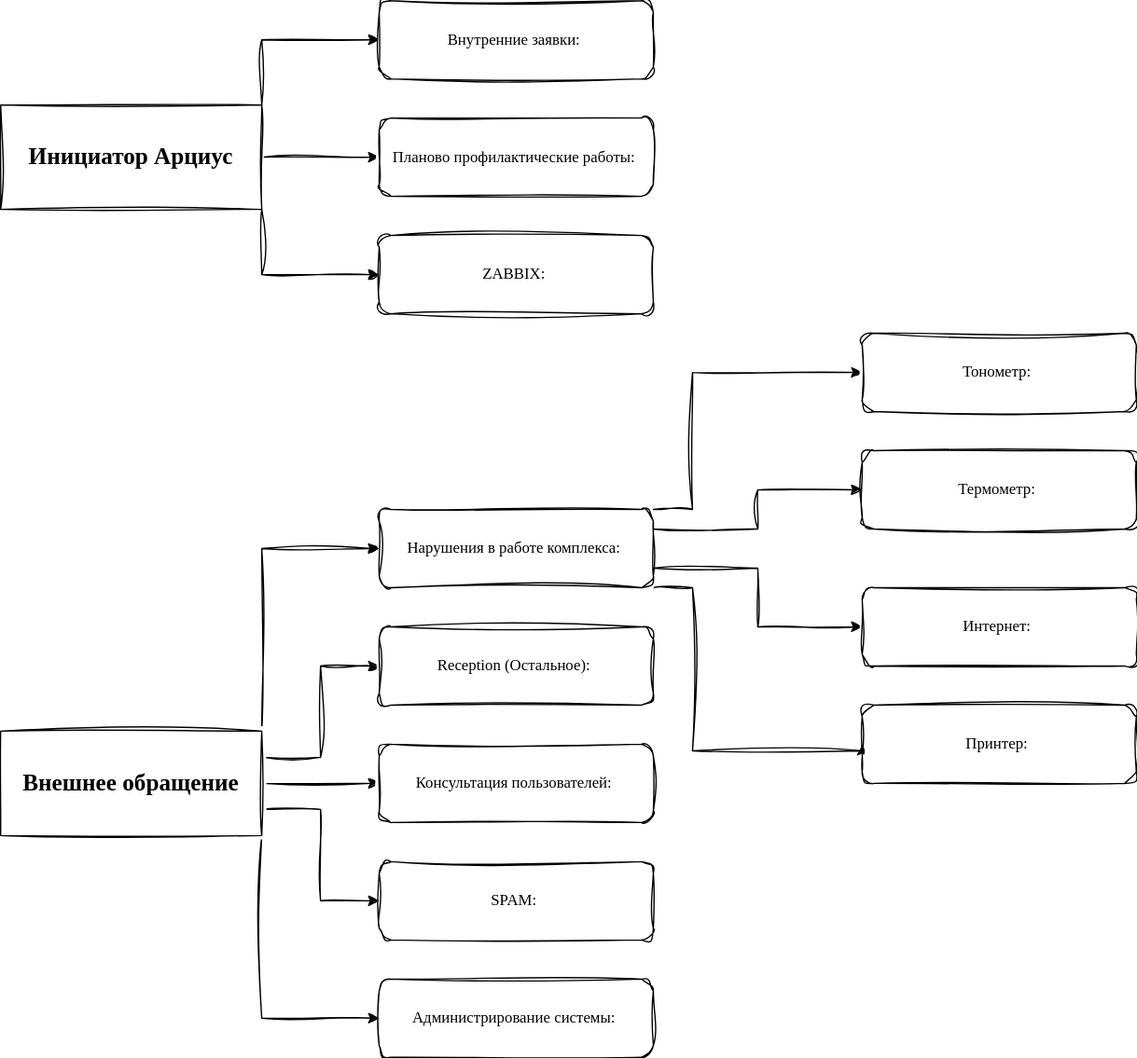
KhatsaevK/drawio keeps this draw.io diagram as test.drawio.svg. Above is the earlier version. Source tidied: cells renumbered, new cells last; positions are measured from the earlier drawing's top-left corner, leaving out a move shared by most shapes.
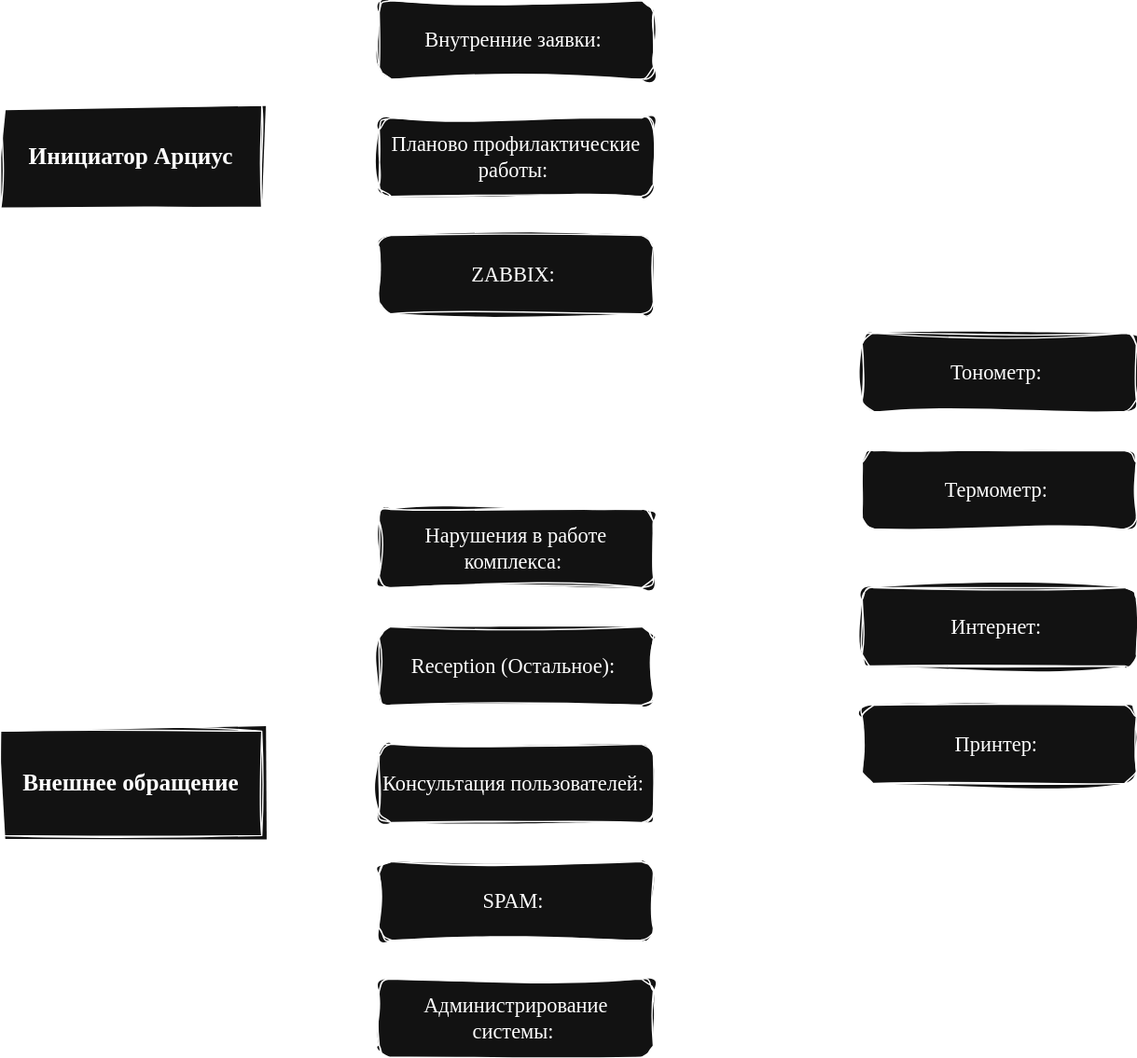
The same file after the commit.

Diff of the diagram source:
```diff
@@ -32,13 +32,13 @@
     <mxCell id="11" value="&lt;h2&gt;&lt;font face=&quot;Times New Roman&quot;&gt;Внешнее обращение&lt;/font&gt;&lt;/h2&gt;" style="rounded=0;whiteSpace=wrap;html=1;sketch=1;hachureGap=4;jiggle=2;curveFitting=1;fontFamily=Architects Daughter;fontSource=https%3A%2F%2Ffonts.googleapis.com%2Fcss%3Ffamily%3DArchitects%2BDaughter;" parent="1" vertex="1">
       <mxGeometry y="560" width="200" height="80" as="geometry" />
     </mxCell>
-    <mxCell id="12" value="Внутренние заявки:&amp;nbsp;" style="rounded=1;whiteSpace=wrap;html=1;sketch=1;hachureGap=4;jiggle=2;curveFitting=1;fontFamily=Times New Roman;" parent="1" vertex="1">
+    <mxCell id="12" value="&lt;font style=&quot;font-size: 16px;&quot;&gt;Внутренние заявки:&amp;nbsp;&lt;/font&gt;" style="rounded=1;whiteSpace=wrap;html=1;sketch=1;hachureGap=4;jiggle=2;curveFitting=1;fontFamily=Times New Roman;" parent="1" vertex="1">
       <mxGeometry x="290" width="210" height="60" as="geometry" />
     </mxCell>
-    <mxCell id="13" value="Планово профилактические работы:&amp;nbsp;" style="rounded=1;whiteSpace=wrap;html=1;sketch=1;hachureGap=4;jiggle=2;curveFitting=1;fontFamily=Times New Roman;" parent="1" vertex="1">
+    <mxCell id="13" value="&lt;font style=&quot;font-size: 16px;&quot;&gt;Планово профилактические работы:&amp;nbsp;&lt;/font&gt;" style="rounded=1;whiteSpace=wrap;html=1;sketch=1;hachureGap=4;jiggle=2;curveFitting=1;fontFamily=Times New Roman;" parent="1" vertex="1">
       <mxGeometry x="290" y="90" width="210" height="60" as="geometry" />
     </mxCell>
-    <mxCell id="14" value="ZABBIX:&amp;nbsp;" style="rounded=1;whiteSpace=wrap;html=1;sketch=1;hachureGap=4;jiggle=2;curveFitting=1;fontFamily=Times New Roman;" parent="1" vertex="1">
+    <mxCell id="14" value="&lt;font style=&quot;font-size: 16px;&quot;&gt;ZABBIX:&amp;nbsp;&lt;/font&gt;" style="rounded=1;whiteSpace=wrap;html=1;sketch=1;hachureGap=4;jiggle=2;curveFitting=1;fontFamily=Times New Roman;" parent="1" vertex="1">
       <mxGeometry x="290" y="180" width="210" height="60" as="geometry" />
     </mxCell>
     <mxCell id="15" style="edgeStyle=orthogonalEdgeStyle;rounded=0;sketch=1;hachureGap=4;jiggle=2;curveFitting=1;jettySize=auto;html=1;exitX=1;exitY=0;exitDx=0;exitDy=0;entryX=0;entryY=0.5;entryDx=0;entryDy=0;fontFamily=Architects Daughter;fontSource=https%3A%2F%2Ffonts.googleapis.com%2Fcss%3Ffamily%3DArchitects%2BDaughter;" parent="1" edge="1" source="19" target="24">
@@ -64,31 +64,31 @@
     <mxCell id="18" style="edgeStyle=orthogonalEdgeStyle;rounded=0;sketch=1;hachureGap=4;jiggle=2;curveFitting=1;jettySize=auto;html=1;exitX=1;exitY=0.75;exitDx=0;exitDy=0;entryX=0;entryY=0.5;entryDx=0;entryDy=0;fontFamily=Architects Daughter;fontSource=https%3A%2F%2Ffonts.googleapis.com%2Fcss%3Ffamily%3DArchitects%2BDaughter;" parent="1" edge="1" source="19" target="26">
       <mxGeometry relative="1" as="geometry" />
     </mxCell>
-    <mxCell id="19" value="Нарушения в работе комплекса:&amp;nbsp;" style="rounded=1;whiteSpace=wrap;html=1;sketch=1;hachureGap=4;jiggle=2;curveFitting=1;fontFamily=Times New Roman;" parent="1" vertex="1">
+    <mxCell id="19" value="&lt;font style=&quot;font-size: 16px;&quot;&gt;Нарушения в работе комплекса:&amp;nbsp;&lt;/font&gt;" style="rounded=1;whiteSpace=wrap;html=1;sketch=1;hachureGap=4;jiggle=2;curveFitting=1;fontFamily=Times New Roman;" parent="1" vertex="1">
       <mxGeometry x="290" y="390" width="210" height="60" as="geometry" />
     </mxCell>
-    <mxCell id="20" value="Reception (Остальное):&amp;nbsp;" style="rounded=1;whiteSpace=wrap;html=1;sketch=1;hachureGap=4;jiggle=2;curveFitting=1;fontFamily=Times New Roman;" parent="1" vertex="1">
+    <mxCell id="20" value="&lt;font style=&quot;font-size: 16px;&quot;&gt;Reception (Остальное):&amp;nbsp;&lt;/font&gt;" style="rounded=1;whiteSpace=wrap;html=1;sketch=1;hachureGap=4;jiggle=2;curveFitting=1;fontFamily=Times New Roman;" parent="1" vertex="1">
       <mxGeometry x="290" y="480" width="210" height="60" as="geometry" />
     </mxCell>
-    <mxCell id="21" value="Консультация пользователей:&amp;nbsp;" style="rounded=1;whiteSpace=wrap;html=1;sketch=1;hachureGap=4;jiggle=2;curveFitting=1;fontFamily=Times New Roman;" parent="1" vertex="1">
+    <mxCell id="21" value="&lt;font style=&quot;font-size: 16px;&quot;&gt;Консультация пользователей:&amp;nbsp;&lt;/font&gt;" style="rounded=1;whiteSpace=wrap;html=1;sketch=1;hachureGap=4;jiggle=2;curveFitting=1;fontFamily=Times New Roman;" parent="1" vertex="1">
       <mxGeometry x="290" y="570" width="210" height="60" as="geometry" />
     </mxCell>
-    <mxCell id="22" value="SPAM:&amp;nbsp;" style="rounded=1;whiteSpace=wrap;html=1;sketch=1;hachureGap=4;jiggle=2;curveFitting=1;fontFamily=Times New Roman;" parent="1" vertex="1">
+    <mxCell id="22" value="&lt;font style=&quot;font-size: 16px;&quot;&gt;SPAM:&amp;nbsp;&lt;/font&gt;" style="rounded=1;whiteSpace=wrap;html=1;sketch=1;hachureGap=4;jiggle=2;curveFitting=1;fontFamily=Times New Roman;" parent="1" vertex="1">
       <mxGeometry x="290" y="660" width="210" height="60" as="geometry" />
     </mxCell>
-    <mxCell id="23" value="Администрирование системы:&amp;nbsp;" style="rounded=1;whiteSpace=wrap;html=1;sketch=1;hachureGap=4;jiggle=2;curveFitting=1;fontFamily=Times New Roman;" parent="1" vertex="1">
+    <mxCell id="23" value="&lt;font style=&quot;font-size: 16px;&quot;&gt;Администрирование системы:&amp;nbsp;&lt;/font&gt;" style="rounded=1;whiteSpace=wrap;html=1;sketch=1;hachureGap=4;jiggle=2;curveFitting=1;fontFamily=Times New Roman;" parent="1" vertex="1">
       <mxGeometry x="290" y="750" width="210" height="60" as="geometry" />
     </mxCell>
-    <mxCell id="24" value="Тонометр:&amp;nbsp;" style="rounded=1;whiteSpace=wrap;html=1;sketch=1;hachureGap=4;jiggle=2;curveFitting=1;fontFamily=Times New Roman;" parent="1" vertex="1">
+    <mxCell id="24" value="&lt;font style=&quot;font-size: 16px;&quot;&gt;Тонометр:&amp;nbsp;&lt;/font&gt;" style="rounded=1;whiteSpace=wrap;html=1;sketch=1;hachureGap=4;jiggle=2;curveFitting=1;fontFamily=Times New Roman;" parent="1" vertex="1">
       <mxGeometry x="660" y="255" width="210" height="60" as="geometry" />
     </mxCell>
-    <mxCell id="25" value="Термометр:&amp;nbsp;" style="rounded=1;whiteSpace=wrap;html=1;sketch=1;hachureGap=4;jiggle=2;curveFitting=1;fontFamily=Times New Roman;" parent="1" vertex="1">
+    <mxCell id="25" value="&lt;font style=&quot;font-size: 16px;&quot;&gt;Термометр:&amp;nbsp;&lt;/font&gt;" style="rounded=1;whiteSpace=wrap;html=1;sketch=1;hachureGap=4;jiggle=2;curveFitting=1;fontFamily=Times New Roman;" parent="1" vertex="1">
       <mxGeometry x="660" y="345" width="210" height="60" as="geometry" />
     </mxCell>
-    <mxCell id="26" value="Интернет:&amp;nbsp;" style="rounded=1;whiteSpace=wrap;html=1;sketch=1;hachureGap=4;jiggle=2;curveFitting=1;fontFamily=Times New Roman;" parent="1" vertex="1">
+    <mxCell id="26" value="&lt;font style=&quot;font-size: 16px;&quot;&gt;Интернет:&amp;nbsp;&lt;/font&gt;" style="rounded=1;whiteSpace=wrap;html=1;sketch=1;hachureGap=4;jiggle=2;curveFitting=1;fontFamily=Times New Roman;" parent="1" vertex="1">
       <mxGeometry x="660" y="450" width="210" height="60" as="geometry" />
     </mxCell>
-    <mxCell id="27" value="Принтер:&amp;nbsp;" style="rounded=1;whiteSpace=wrap;html=1;sketch=1;hachureGap=4;jiggle=2;curveFitting=1;fontFamily=Times New Roman;" parent="1" vertex="1">
+    <mxCell id="27" value="&lt;font style=&quot;font-size: 16px;&quot;&gt;Принтер:&amp;nbsp;&lt;/font&gt;" style="rounded=1;whiteSpace=wrap;html=1;sketch=1;hachureGap=4;jiggle=2;curveFitting=1;fontFamily=Times New Roman;" parent="1" vertex="1">
       <mxGeometry x="660" y="540" width="210" height="60" as="geometry" />
     </mxCell>
   </root>
```
